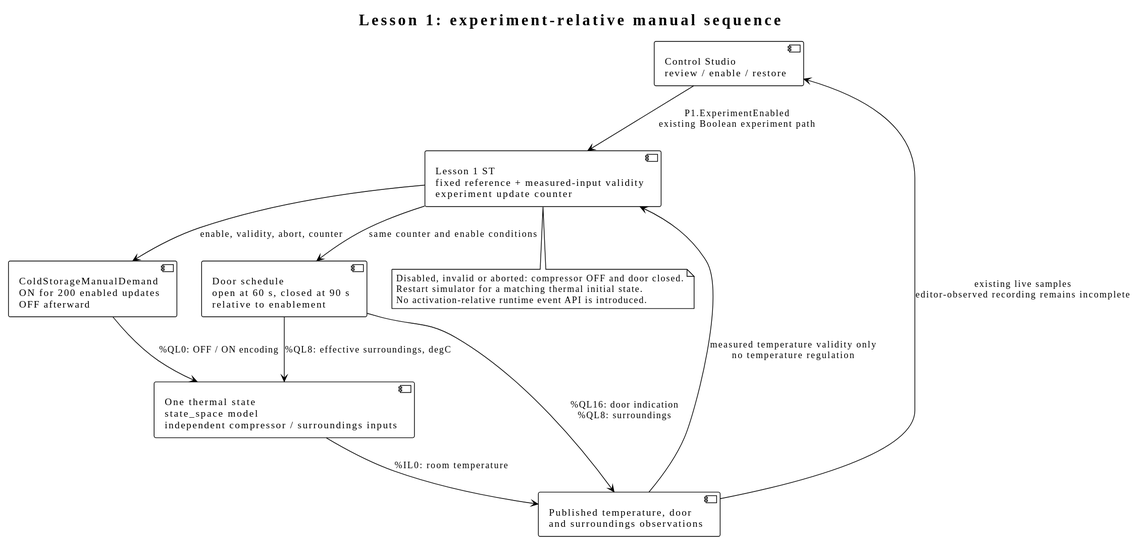
This is docs/diagrams/generated/control-lesson01-sequence.svg from johannesPettersson80/trust-platform, a PlantUML export, as it was before one commit.
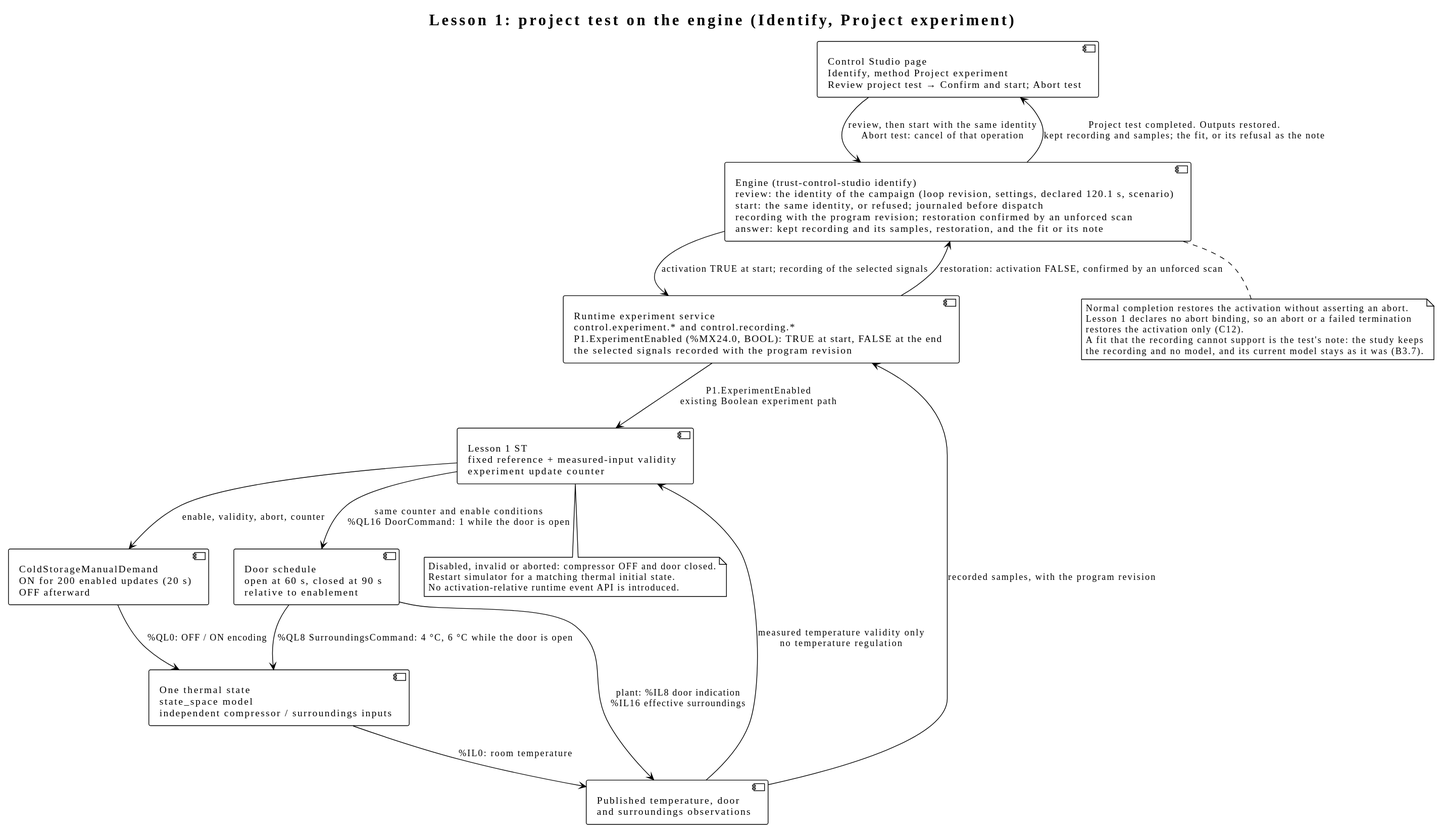
The same diagram one commit later.

Diff of the diagram source:
```diff
@@ -1,21 +1,27 @@
 @startuml
 !theme plain
-title Lesson 1: experiment-relative manual sequence
-component "Control Studio\nreview / enable / restore" as studio
+title Lesson 1: project test on the engine (Identify, Project experiment)
+component "Control Studio page\nIdentify, method Project experiment\nReview project test → Confirm and start; Abort test" as page
+component "Engine (trust-control-studio identify)\nreview: the identity of the campaign (loop revision, settings, declared 120.1 s, scenario)\nstart: the same identity, or refused; journaled before dispatch\nrecording with the program revision; restoration confirmed by an unforced scan\nanswer: kept recording and its samples, restoration, and the fit or its note" as engine
+component "Runtime experiment service\ncontrol.experiment.* and control.recording.*\nP1.ExperimentEnabled (%MX24.0, BOOL): TRUE at start, FALSE at the end\nthe selected signals recorded with the program revision" as runtime
 component "Lesson 1 ST\nfixed reference + measured-input validity\nexperiment update counter" as lesson
-component "ColdStorageManualDemand\nON for 200 enabled updates\nOFF afterward" as compressor
+component "ColdStorageManualDemand\nON for 200 enabled updates (20 s)\nOFF afterward" as compressor
 component "Door schedule\nopen at 60 s, closed at 90 s\nrelative to enablement" as door
 component "One thermal state\nstate_space model\nindependent compressor / surroundings inputs" as room
 component "Published temperature, door\nand surroundings observations" as observations
 
-studio --> lesson : P1.ExperimentEnabled\nexisting Boolean experiment path
+page --> engine : review, then start with the same identity\nAbort test: cancel of that operation
+engine --> runtime : activation TRUE at start; recording of the selected signals
+runtime --> lesson : P1.ExperimentEnabled\nexisting Boolean experiment path
 lesson --> compressor : enable, validity, abort, counter
-lesson --> door : same counter and enable conditions
+lesson --> door : same counter and enable conditions\n%QL16 DoorCommand: 1 while the door is open
 compressor --> room : %QL0: OFF / ON encoding
-door --> room : %QL8: effective surroundings, degC
-door --> observations : %QL16: door indication\n%QL8: surroundings
+door --> room : %QL8 SurroundingsCommand: 4 °C, 6 °C while the door is open
+door --> observations : plant: %IL8 door indication\n%IL16 effective surroundings
 room --> observations : %IL0: room temperature
-observations --> studio : existing live samples\neditor-observed recording remains incomplete
+observations --> runtime : recorded samples, with the program revision
+runtime --> engine : restoration: activation FALSE, confirmed by an unforced scan
+engine --> page : Project test completed. Outputs restored.\nkept recording and samples; the fit, or its refusal as the note
 observations --> lesson : measured temperature validity only\nno temperature regulation
 
 note bottom of lesson
@@ -23,4 +29,12 @@
 Restart simulator for a matching thermal initial state.
 No activation-relative runtime event API is introduced.
 end note
+
+note bottom of engine
+Normal completion restores the activation without asserting an abort.
+Lesson 1 declares no abort binding, so an abort or a failed termination
+restores the activation only (C12).
+A fit that the recording cannot support is the test's note: the study keeps
+the recording and no model, and its current model stays as it was (B3.7).
+end note
 @enduml
```
